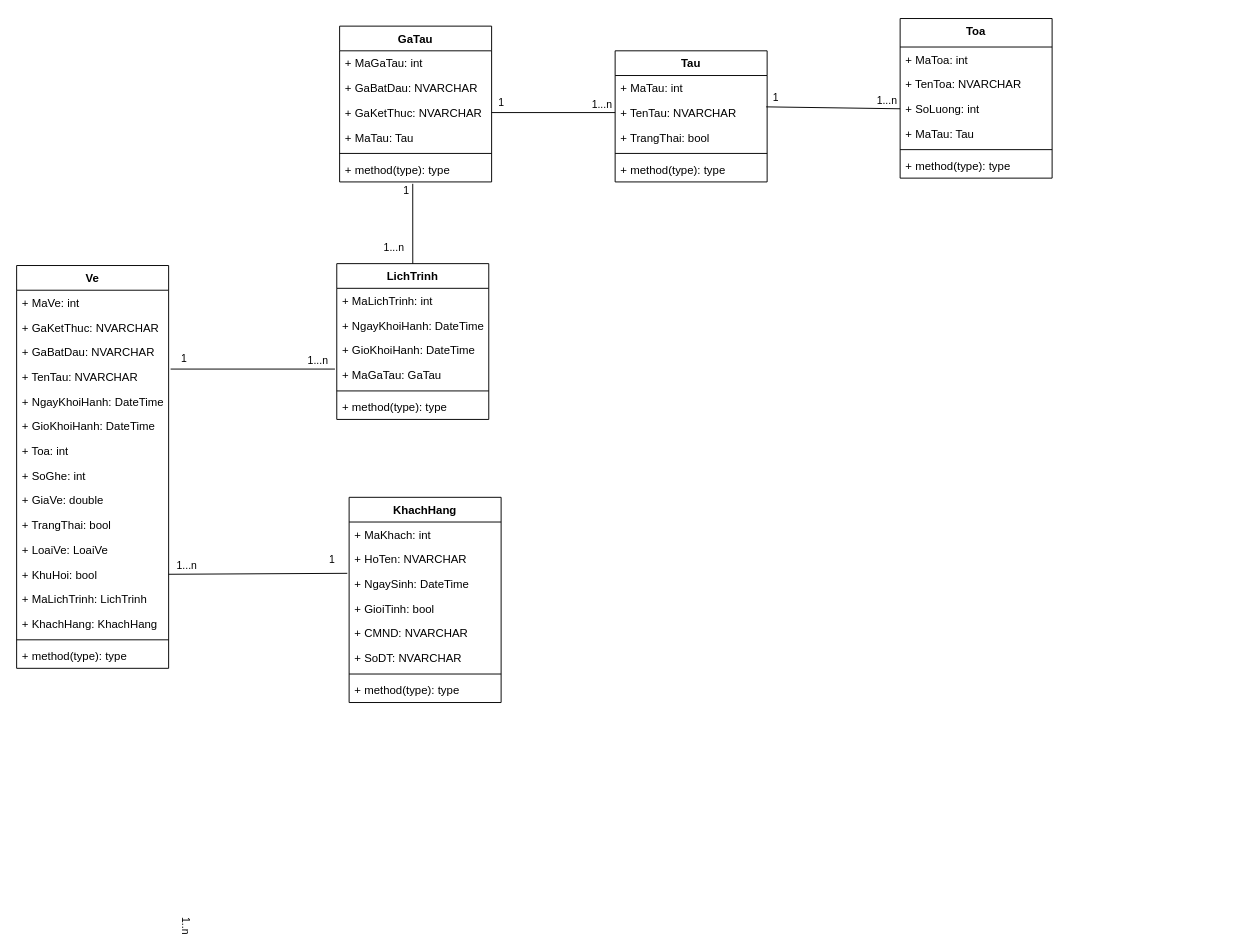
Before: QuanLyDuongSat.drawio in 2001181338/Phan-tich-thiet-ke-he-thong, a draw.io diagram. Source tidied: cells renumbered, new cells numbered last; positions are measured from the earlier drawing's top-left corner, leaving out a move shared by most shapes. Both pictures are drawn from the tidied source at 95%, with x=0, y=0 at pixel (16, 18).
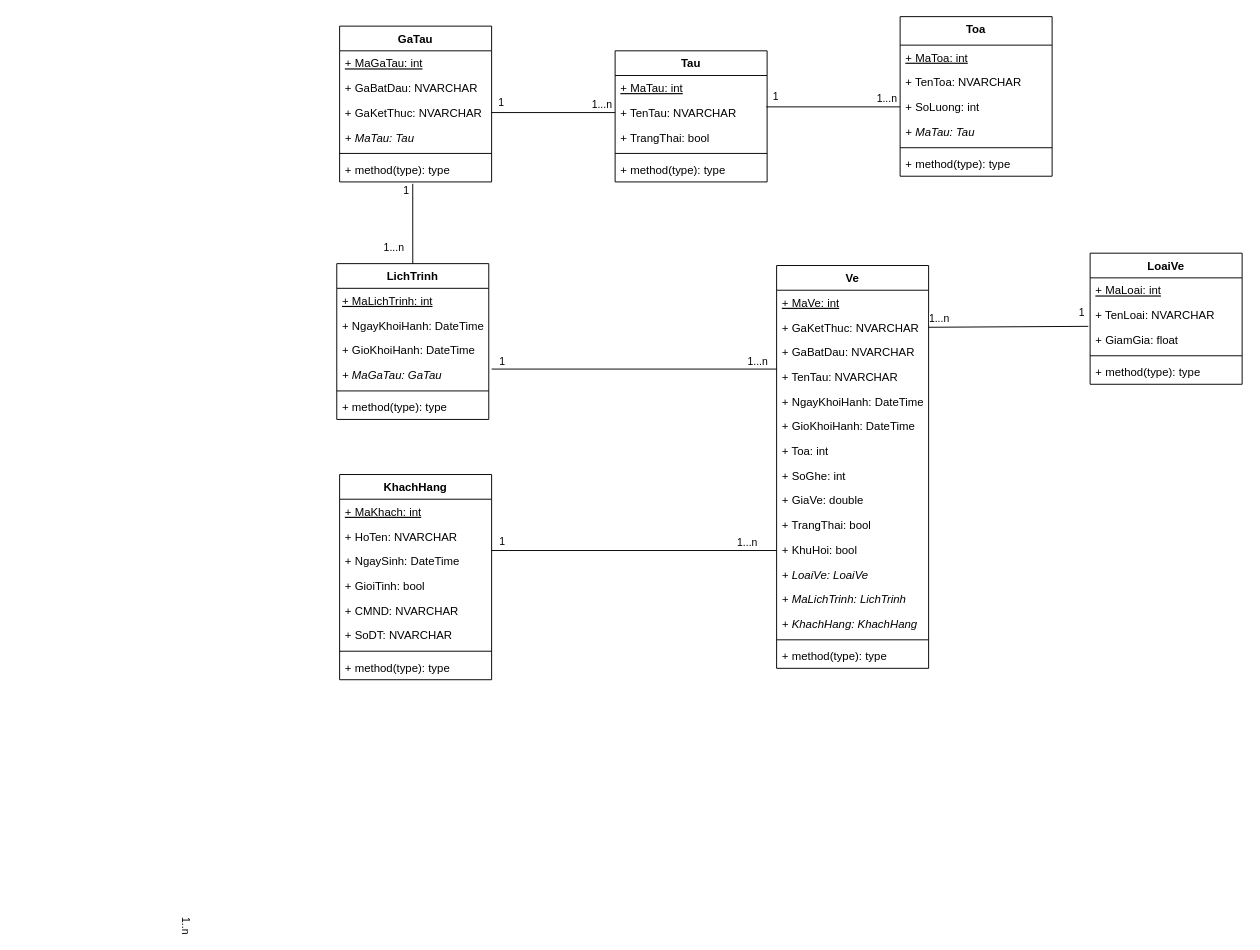
The same page after the edit.

Unchanged cells that the change refers to:
```xml
<mxCell id="2" value="Tau" style="swimlane;fontStyle=1;align=center;verticalAlign=top;horizontal=1;startSize=26;" parent="1" vertex="1">
  <mxGeometry x="630" y="34" width="160" height="138" as="geometry" />
</mxCell>
<mxCell id="16" value="LichTrinh" style="swimlane;fontStyle=1;align=center;verticalAlign=top;horizontal=1;startSize=26;" parent="1" vertex="1">
  <mxGeometry x="337" y="258" width="160" height="164" as="geometry" />
</mxCell>
<mxCell id="26" value="GaTau" style="swimlane;fontStyle=1;align=center;verticalAlign=top;horizontal=1;startSize=26;" parent="1" vertex="1">
  <mxGeometry x="340" y="8" width="160" height="164" as="geometry" />
</mxCell>
<mxCell id="41" value="+ GaKetThuc: NVARCHAR" style="text;strokeColor=none;fillColor=none;align=left;verticalAlign=top;spacingLeft=4;spacingRight=4;overflow=hidden;points=[[0,0.5],[1,0.5]];portConstraint=eastwest;" parent="39" vertex="1">
  <mxGeometry y="52" width="160" height="26" as="geometry" />
</mxCell>
<mxCell id="43" value="+ TenTau: NVARCHAR" style="text;strokeColor=none;fillColor=none;align=left;verticalAlign=top;spacingLeft=4;spacingRight=4;overflow=hidden;points=[[0,0.5],[1,0.5]];portConstraint=eastwest;" parent="39" vertex="1">
  <mxGeometry y="104" width="160" height="26" as="geometry" />
</mxCell>
<mxCell id="62" value="+ NgaySinh: DateTime" style="text;strokeColor=none;fillColor=none;align=left;verticalAlign=top;spacingLeft=4;spacingRight=4;overflow=hidden;points=[[0,0.5],[1,0.5]];portConstraint=eastwest;" parent="59" vertex="1">
  <mxGeometry y="78" width="160" height="26" as="geometry" />
</mxCell>
```

The edit, as a diff of the source:
```diff
@@
-    <mxCell id="3" value="+ MaTau: int" style="text;strokeColor=none;fillColor=none;align=left;verticalAlign=top;spacingLeft=4;spacingRight=4;overflow=hidden;" parent="2" vertex="1">
+    <mxCell id="3" value="+ MaTau: int" style="text;strokeColor=none;fillColor=none;align=left;verticalAlign=top;spacingLeft=4;spacingRight=4;overflow=hidden;fontStyle=4;" parent="2" vertex="1">
       <mxGeometry y="26" width="160" height="26" as="geometry" />
     </mxCell>
@@
     <mxCell id="8" value="Toa" style="swimlane;fontStyle=1;align=center;verticalAlign=top;horizontal=1;startSize=30;" parent="1" vertex="1">
-      <mxGeometry x="930" width="160" height="168" as="geometry" />
+      <mxGeometry x="930" y="-2" width="160" height="168" as="geometry" />
     </mxCell>
-    <mxCell id="9" value="+ MaToa: int" style="text;strokeColor=none;fillColor=none;align=left;verticalAlign=top;spacingLeft=4;spacingRight=4;overflow=hidden;" parent="8" vertex="1">
+    <mxCell id="9" value="+ MaToa: int" style="text;strokeColor=none;fillColor=none;align=left;verticalAlign=top;spacingLeft=4;spacingRight=4;overflow=hidden;fontStyle=4;" parent="8" vertex="1">
       <mxGeometry y="30" width="160" height="26" as="geometry" />
     </mxCell>
@@
-    <mxCell id="12" value="+ MaTau: Tau" style="text;strokeColor=none;fillColor=none;align=left;verticalAlign=top;spacingLeft=4;spacingRight=4;overflow=hidden;" parent="8" vertex="1">
+    <mxCell id="12" value="+ MaTau: Tau" style="text;strokeColor=none;fillColor=none;align=left;verticalAlign=top;spacingLeft=4;spacingRight=4;overflow=hidden;fontStyle=2;" parent="8" vertex="1">
       <mxGeometry y="108" width="160" height="26" as="geometry" />
     </mxCell>
@@
-    <mxCell id="17" value="+ MaLichTrinh: int" style="text;strokeColor=none;fillColor=none;align=left;verticalAlign=top;spacingLeft=4;spacingRight=4;overflow=hidden;" parent="16" vertex="1">
+    <mxCell id="17" value="+ MaLichTrinh: int" style="text;strokeColor=none;fillColor=none;align=left;verticalAlign=top;spacingLeft=4;spacingRight=4;overflow=hidden;fontStyle=4;" parent="16" vertex="1">
       <mxGeometry y="26" width="160" height="26" as="geometry" />
     </mxCell>
@@
-    <mxCell id="20" value="+ MaGaTau: GaTau" style="text;strokeColor=none;fillColor=none;align=left;verticalAlign=top;spacingLeft=4;spacingRight=4;overflow=hidden;points=[[0,0.5],[1,0.5]];portConstraint=eastwest;" parent="16" vertex="1">
+    <mxCell id="20" value="+ MaGaTau: GaTau" style="text;strokeColor=none;fillColor=none;align=left;verticalAlign=top;spacingLeft=4;spacingRight=4;overflow=hidden;points=[[0,0.5],[1,0.5]];portConstraint=eastwest;fontStyle=2;" parent="16" vertex="1">
       <mxGeometry y="104" width="160" height="26" as="geometry" />
     </mxCell>
@@
-    <mxCell id="27" value="+ MaGaTau: int" style="text;strokeColor=none;fillColor=none;align=left;verticalAlign=top;spacingLeft=4;spacingRight=4;overflow=hidden;" parent="26" vertex="1">
+    <mxCell id="27" value="+ MaGaTau: int" style="text;strokeColor=none;fillColor=none;align=left;verticalAlign=top;spacingLeft=4;spacingRight=4;overflow=hidden;fontStyle=4;" parent="26" vertex="1">
       <mxGeometry y="26" width="160" height="26" as="geometry" />
     </mxCell>
@@
-    <mxCell id="30" value="+ MaTau: Tau" style="text;strokeColor=none;fillColor=none;align=left;verticalAlign=top;spacingLeft=4;spacingRight=4;overflow=hidden;" parent="26" vertex="1">
+    <mxCell id="30" value="+ MaTau: Tau" style="text;strokeColor=none;fillColor=none;align=left;verticalAlign=top;spacingLeft=4;spacingRight=4;overflow=hidden;fontStyle=2;" parent="26" vertex="1">
       <mxGeometry y="104" width="160" height="26" as="geometry" />
     </mxCell>
@@
     <mxCell id="39" value="Ve" style="swimlane;fontStyle=1;align=center;verticalAlign=top;horizontal=1;startSize=26;" parent="1" vertex="1">
-      <mxGeometry y="260" width="160" height="424" as="geometry" />
+      <mxGeometry x="800" y="260" width="160" height="424" as="geometry" />
     </mxCell>
-    <mxCell id="40" value="+ MaVe: int" style="text;strokeColor=none;fillColor=none;align=left;verticalAlign=top;spacingLeft=4;spacingRight=4;overflow=hidden;" parent="39" vertex="1">
+    <mxCell id="40" value="+ MaVe: int" style="text;strokeColor=none;fillColor=none;align=left;verticalAlign=top;spacingLeft=4;spacingRight=4;overflow=hidden;fontStyle=4;" parent="39" vertex="1">
       <mxGeometry y="26" width="160" height="26" as="geometry" />
     </mxCell>
@@
+    <mxCell id="51" value="+ KhuHoi: bool" style="text;strokeColor=none;fillColor=none;align=left;verticalAlign=top;spacingLeft=4;spacingRight=4;overflow=hidden;points=[[0,0.5],[1,0.5]];portConstraint=eastwest;" parent="39" vertex="1">
+      <mxGeometry y="286" width="160" height="26" as="geometry" />
+    </mxCell>
-    <mxCell id="50" value="+ LoaiVe: LoaiVe" style="text;strokeColor=none;fillColor=none;align=left;verticalAlign=top;spacingLeft=4;spacingRight=4;overflow=hidden;" parent="39" vertex="1">
-      <mxGeometry y="286" width="160" height="26" as="geometry" />
+    <mxCell id="50" value="+ LoaiVe: LoaiVe" style="text;strokeColor=none;fillColor=none;align=left;verticalAlign=top;spacingLeft=4;spacingRight=4;overflow=hidden;fontStyle=2;" parent="39" vertex="1">
+      <mxGeometry y="312" width="160" height="26" as="geometry" />
     </mxCell>
-    <mxCell id="51" value="+ KhuHoi: bool" style="text;strokeColor=none;fillColor=none;align=left;verticalAlign=top;spacingLeft=4;spacingRight=4;overflow=hidden;points=[[0,0.5],[1,0.5]];portConstraint=eastwest;" parent="39" vertex="1">
-      <mxGeometry y="312" width="160" height="26" as="geometry" />
-    </mxCell>
-    <mxCell id="52" value="+ MaLichTrinh: LichTrinh" style="text;strokeColor=none;fillColor=none;align=left;verticalAlign=top;spacingLeft=4;spacingRight=4;overflow=hidden;" parent="39" vertex="1">
+    <mxCell id="52" value="+ MaLichTrinh: LichTrinh" style="text;strokeColor=none;fillColor=none;align=left;verticalAlign=top;spacingLeft=4;spacingRight=4;overflow=hidden;fontStyle=2;" parent="39" vertex="1">
       <mxGeometry y="338" width="160" height="26" as="geometry" />
     </mxCell>
-    <mxCell id="53" value="+ KhachHang: KhachHang" style="text;strokeColor=none;fillColor=none;align=left;verticalAlign=top;spacingLeft=4;spacingRight=4;overflow=hidden;" parent="39" vertex="1">
+    <mxCell id="53" value="+ KhachHang: KhachHang" style="text;strokeColor=none;fillColor=none;align=left;verticalAlign=top;spacingLeft=4;spacingRight=4;overflow=hidden;fontStyle=2;" parent="39" vertex="1">
       <mxGeometry y="364" width="160" height="26" as="geometry" />
     </mxCell>
@@
-    <mxCell id="56" style="endArrow=none;html=1;rounded=0;exitX=-0.012;exitY=0.269;exitDx=0;exitDy=0;entryX=1.013;entryY=0.192;entryDx=0;entryDy=0;entryPerimeter=0;exitPerimeter=0;" parent="1" edge="1" source="20" target="43">
-      <mxGeometry relative="1" as="geometry" />
+    <mxCell id="56" style="endArrow=none;html=1;rounded=0;" parent="1" edge="1">
+      <mxGeometry relative="1" as="geometry">
+        <mxPoint x="500" y="369" as="sourcePoint" />
+        <mxPoint x="800" y="369" as="targetPoint" />
+      </mxGeometry>
     </mxCell>
     <mxCell id="57" value="1...n" style="edgeLabel;html=1;align=center;verticalAlign=middle;" parent="56" vertex="1">
       <mxGeometry x="-0.79" relative="1" as="geometry">
-        <mxPoint x="-1" y="-9" as="offset" />
+        <mxPoint x="248" y="-9" as="offset" />
       </mxGeometry>
     </mxCell>
     <mxCell id="58" value="1" style="edgeLabel;html=1;align=center;verticalAlign=middle;" parent="56" vertex="1">
       <mxGeometry x="0.84" y="2" relative="1" as="geometry">
-        <mxPoint x="-1" y="-13" as="offset" />
+        <mxPoint x="-266" y="-7" as="offset" />
       </mxGeometry>
     </mxCell>
     <mxCell id="59" value="KhachHang" style="swimlane;fontStyle=1;align=center;verticalAlign=top;horizontal=1;startSize=26;" parent="1" vertex="1">
-      <mxGeometry x="350" y="504" width="160" height="216" as="geometry" />
+      <mxGeometry x="340" y="480" width="160" height="216" as="geometry" />
     </mxCell>
-    <mxCell id="60" value="+ MaKhach: int" style="text;strokeColor=none;fillColor=none;align=left;verticalAlign=top;spacingLeft=4;spacingRight=4;overflow=hidden;" parent="59" vertex="1">
+    <mxCell id="60" value="+ MaKhach: int" style="text;strokeColor=none;fillColor=none;align=left;verticalAlign=top;spacingLeft=4;spacingRight=4;overflow=hidden;fontStyle=4;" parent="59" vertex="1">
       <mxGeometry y="26" width="160" height="26" as="geometry" />
     </mxCell>
@@
-    <mxCell id="68" style="endArrow=none;html=1;rounded=0;exitX=1;exitY=0.5;exitDx=0;exitDy=0;entryX=-0.012;entryY=0.077;entryDx=0;entryDy=0;entryPerimeter=0;" parent="1" edge="1" source="51" target="62">
-      <mxGeometry relative="1" as="geometry" />
+    <mxCell id="68" style="endArrow=none;html=1;rounded=0;" parent="1" edge="1">
+      <mxGeometry relative="1" as="geometry">
+        <mxPoint x="800" y="560" as="sourcePoint" />
+        <mxPoint x="500" y="560" as="targetPoint" />
+      </mxGeometry>
     </mxCell>
@@
     <mxCell id="70" value="1" style="edgeLabel;html=1;align=center;verticalAlign=middle;" parent="68" vertex="1">
       <mxGeometry x="0.84" y="2" relative="1" as="geometry">
-        <mxPoint x="-1" y="-13" as="offset" />
+        <mxPoint x="-14" y="-12" as="offset" />
       </mxGeometry>
     </mxCell>
+    <mxCell id="71" value="LoaiVe" style="swimlane;fontStyle=1;align=center;verticalAlign=top;horizontal=1;startSize=26;" parent="1" vertex="1">
+      <mxGeometry x="1130" y="247" width="160" height="138" as="geometry" />
+    </mxCell>
+    <mxCell id="72" value="+ MaLoai: int" style="text;strokeColor=none;fillColor=none;align=left;verticalAlign=top;spacingLeft=4;spacingRight=4;overflow=hidden;fontStyle=4;" parent="71" vertex="1">
+      <mxGeometry y="26" width="160" height="26" as="geometry" />
+    </mxCell>
+    <mxCell id="73" value="+ TenLoai: NVARCHAR" style="text;strokeColor=none;fillColor=none;align=left;verticalAlign=top;spacingLeft=4;spacingRight=4;overflow=hidden;" parent="71" vertex="1">
+      <mxGeometry y="52" width="160" height="26" as="geometry" />
+    </mxCell>
+    <mxCell id="74" value="+ GiamGia: float" style="text;strokeColor=none;fillColor=none;align=left;verticalAlign=top;spacingLeft=4;spacingRight=4;overflow=hidden;points=[[0,0.5],[1,0.5]];portConstraint=eastwest;" parent="71" vertex="1">
+      <mxGeometry y="78" width="160" height="26" as="geometry" />
+    </mxCell>
+    <mxCell id="75" style="line;strokeWidth=1;fillColor=none;align=left;verticalAlign=middle;spacingTop=-1;spacingLeft=3;spacingRight=3;labelPosition=right;" parent="71" vertex="1">
+      <mxGeometry y="104" width="160" height="8" as="geometry" />
+    </mxCell>
+    <mxCell id="76" value="+ method(type): type" style="text;strokeColor=none;fillColor=none;align=left;verticalAlign=top;spacingLeft=4;spacingRight=4;overflow=hidden;" parent="71" vertex="1">
+      <mxGeometry y="112" width="160" height="26" as="geometry" />
+    </mxCell>
+    <mxCell id="77" style="endArrow=none;html=1;rounded=0;exitX=-0.012;exitY=-0.038;exitDx=0;exitDy=0;exitPerimeter=0;entryX=1;entryY=0.5;entryDx=0;entryDy=0;" parent="1" edge="1" source="74" target="41">
+      <mxGeometry relative="1" as="geometry" />
+    </mxCell>
+    <mxCell id="78" value="1...n" style="edgeLabel;html=1;align=center;verticalAlign=middle;" parent="77" vertex="1">
+      <mxGeometry x="-0.79" relative="1" as="geometry">
+        <mxPoint x="-140" y="-9" as="offset" />
+      </mxGeometry>
+    </mxCell>
+    <mxCell id="79" value="1" style="edgeLabel;html=1;align=center;verticalAlign=middle;" parent="77" vertex="1">
+      <mxGeometry x="0.84" y="2" relative="1" as="geometry">
+        <mxPoint x="147" y="-17" as="offset" />
+      </mxGeometry>
+    </mxCell>
```
